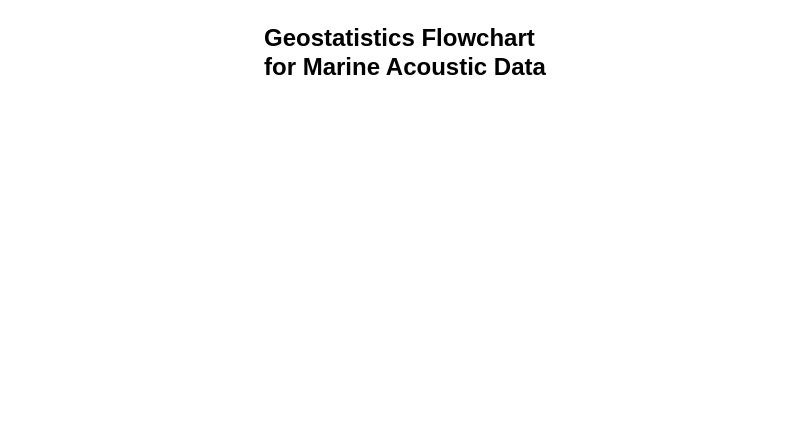
Above: Untitled Diagram.drawio in AiHidka/Geostatistics-and-Marine-Acoustic (draw.io), before the change. Source tidied: cells renumbered, new cells numbered last; positions are measured from the earlier drawing's top-left corner, leaving out a move shared by most shapes. Both pictures are drawn from the tidied source at 100%, with x=0, y=0 at pixel (262, 17).
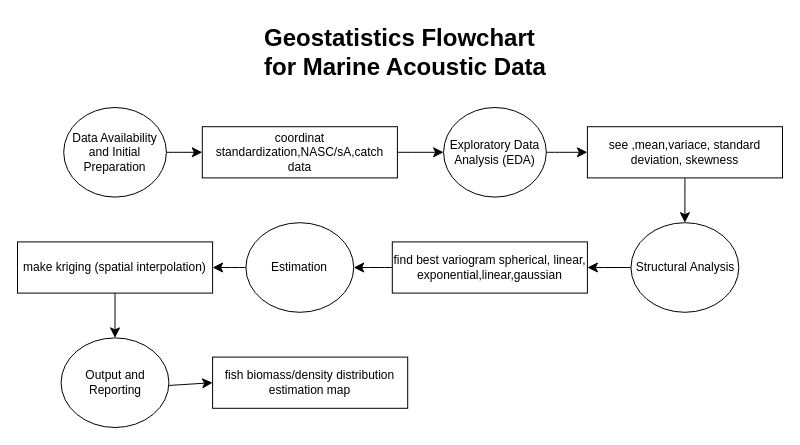
Above is the later version.

Change to the diagram source:
```diff
@@
+    <mxCell id="3" style="group;" parent="1" vertex="1">
+      <mxGeometry x="-245" y="90" width="765" height="320" as="geometry" />
+    </mxCell>
+    <mxCell id="4" value="make kriging (spatial interpolation)" style="whiteSpace=wrap;html=1;" parent="3" vertex="1">
+      <mxGeometry y="134.4" width="195.1" height="51.2" as="geometry" />
+    </mxCell>
+    <mxCell id="5" style="group;" parent="3" vertex="1">
+      <mxGeometry x="43.6" width="721.4" height="320" as="geometry" />
+    </mxCell>
+    <mxCell id="6" style="edgeStyle=none;curved=1;rounded=0;jettySize=auto;html=1;fontSize=12;startSize=8;endSize=8;" parent="5" edge="1" source="7" target="9">
+      <mxGeometry relative="1" as="geometry" />
+    </mxCell>
+    <mxCell id="7" value="Data Availability and Initial Preparation" style="ellipse;whiteSpace=wrap;html=1;" parent="5" vertex="1">
+      <mxGeometry x="2.6" width="102.7" height="89.6" as="geometry" />
+    </mxCell>
+    <mxCell id="8" style="edgeStyle=none;curved=1;rounded=0;jettySize=auto;html=1;fontSize=12;startSize=8;endSize=8;" parent="5" edge="1" source="9" target="11">
+      <mxGeometry relative="1" as="geometry" />
+    </mxCell>
+    <mxCell id="9" value="coordinat standardization,NASC/sA,catch data" style="whiteSpace=wrap;html=1;" parent="5" vertex="1">
+      <mxGeometry x="141.2" y="19.2" width="195.1" height="51.2" as="geometry" />
+    </mxCell>
+    <mxCell id="10" style="edgeStyle=none;curved=1;rounded=0;jettySize=auto;html=1;fontSize=12;startSize=8;endSize=8;" parent="5" edge="1" source="11" target="13">
+      <mxGeometry relative="1" as="geometry" />
+    </mxCell>
+    <mxCell id="11" value="Exploratory Data Analysis (EDA)" style="ellipse;whiteSpace=wrap;html=1;" parent="5" vertex="1">
+      <mxGeometry x="382.5" width="102.7" height="89.6" as="geometry" />
+    </mxCell>
+    <mxCell id="12" style="edgeStyle=none;curved=1;rounded=0;jettySize=auto;html=1;fontSize=12;startSize=8;endSize=8;" parent="5" edge="1" source="13" target="15">
+      <mxGeometry relative="1" as="geometry" />
+    </mxCell>
+    <mxCell id="13" value="see ,mean,variace, standard deviation, skewness" style="whiteSpace=wrap;html=1;" parent="5" vertex="1">
+      <mxGeometry x="526.3" y="19.2" width="195.1" height="51.2" as="geometry" />
+    </mxCell>
+    <mxCell id="14" style="edgeStyle=none;curved=1;rounded=0;jettySize=auto;html=1;fontSize=12;startSize=8;endSize=8;" parent="5" edge="1" source="15" target="17">
+      <mxGeometry relative="1" as="geometry" />
+    </mxCell>
+    <mxCell id="15" value="Structural Analysis" style="ellipse;whiteSpace=wrap;html=1;" parent="5" vertex="1">
+      <mxGeometry x="569.9" y="115.2" width="107.8" height="89.6" as="geometry" />
+    </mxCell>
+    <mxCell id="16" style="edgeStyle=none;curved=1;rounded=0;jettySize=auto;html=1;fontSize=12;startSize=8;endSize=8;" parent="5" edge="1" source="17" target="18">
+      <mxGeometry relative="1" as="geometry" />
+    </mxCell>
+    <mxCell id="17" value="find best variogram spherical, linear, exponential,linear,gaussian" style="whiteSpace=wrap;html=1;" parent="5" vertex="1">
+      <mxGeometry x="331.2" y="134.4" width="195.1" height="51.2" as="geometry" />
+    </mxCell>
+    <mxCell id="18" value="Estimation" style="ellipse;whiteSpace=wrap;html=1;" parent="5" vertex="1">
+      <mxGeometry x="184.8" y="115.2" width="107.8" height="89.6" as="geometry" />
+    </mxCell>
+    <mxCell id="19" style="edgeStyle=none;curved=1;rounded=0;jettySize=auto;html=1;fontSize=12;startSize=8;endSize=8;" parent="5" edge="1" source="20" target="21">
+      <mxGeometry relative="1" as="geometry" />
+    </mxCell>
+    <mxCell id="20" value="Output and Reporting" style="ellipse;whiteSpace=wrap;html=1;" parent="5" vertex="1">
+      <mxGeometry y="230.4" width="107.8" height="89.6" as="geometry" />
+    </mxCell>
+    <mxCell id="21" value="&lt;p&gt;fish biomass/density distribution estimation map&lt;/p&gt;" style="whiteSpace=wrap;html=1;" parent="5" vertex="1">
+      <mxGeometry x="151.5" y="249.6" width="195.1" height="51.2" as="geometry" />
+    </mxCell>
+    <mxCell id="22" style="edgeStyle=none;curved=1;rounded=0;jettySize=auto;html=1;fontSize=12;startSize=8;endSize=8;" parent="3" edge="1" source="18" target="4">
+      <mxGeometry relative="1" as="geometry" />
+    </mxCell>
+    <mxCell id="23" style="edgeStyle=none;curved=1;rounded=0;jettySize=auto;html=1;fontSize=12;startSize=8;endSize=8;" parent="3" edge="1" source="4" target="20">
+      <mxGeometry relative="1" as="geometry" />
+    </mxCell>
```
